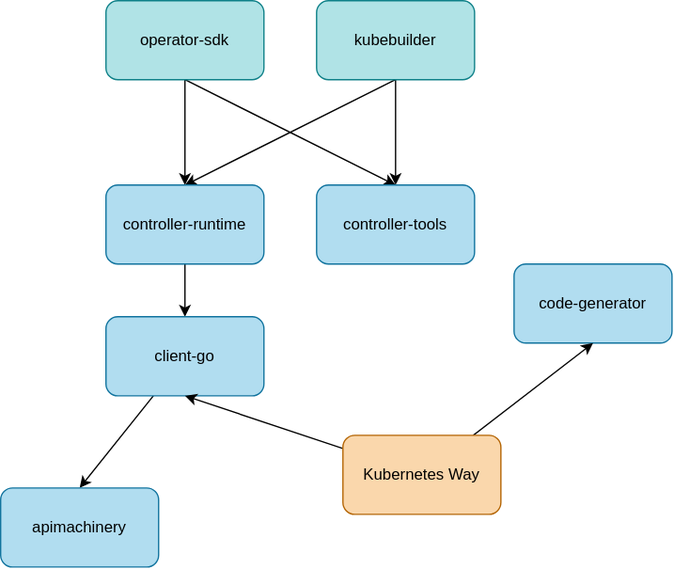
Before: contents/kubernetes-operator/development-flow.drawio.svg, a diagram exported from draw.io (nakamasato/kubernetes-training). Source tidied: cells renumbered, new cells last; positions are measured from the earlier drawing's top-left corner, leaving out a move shared by most shapes.
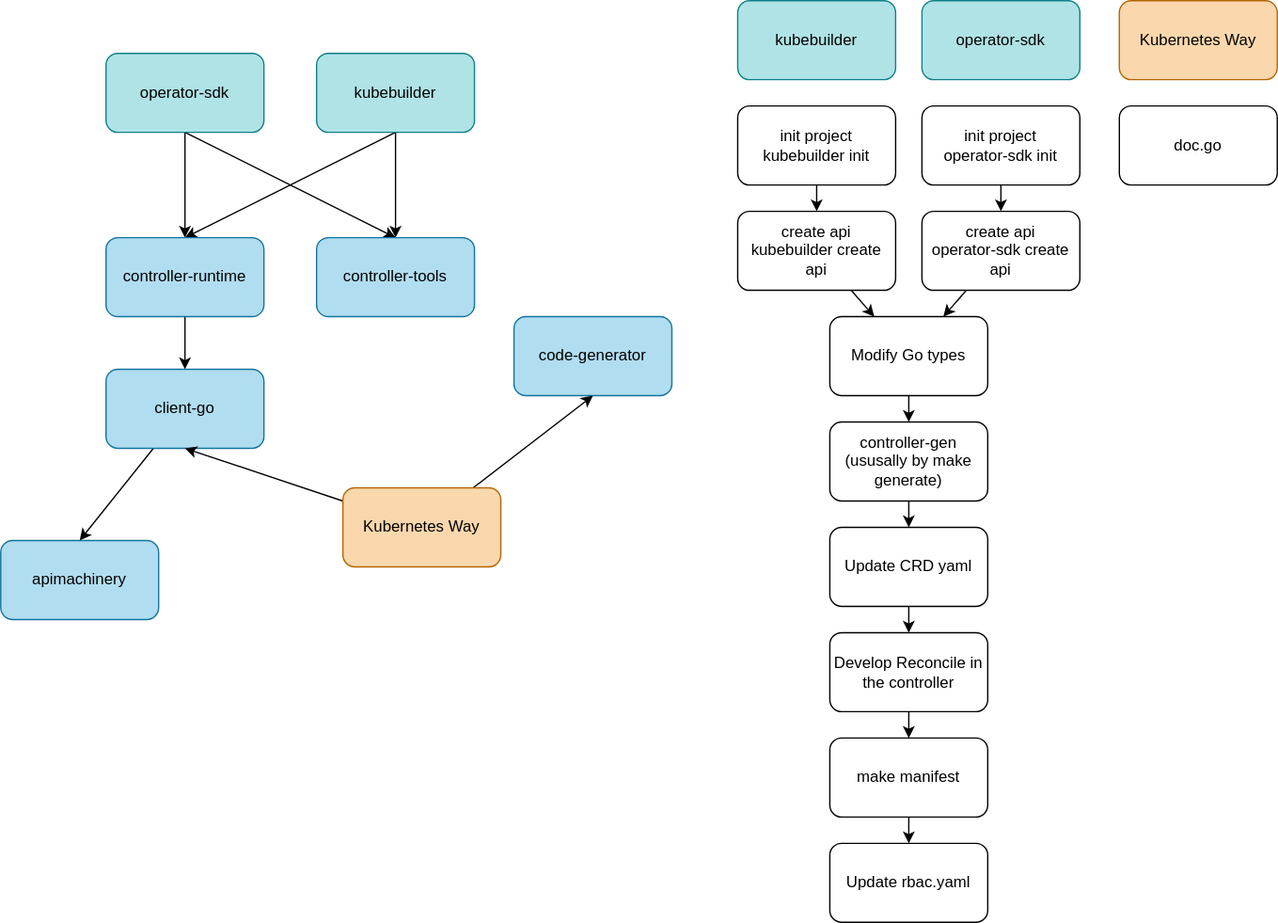
The same diagram one commit later.

Commit message:
update kubernetes-operator

Change to the diagram source:
```diff
@@ -50,5 +50,74 @@
     <mxCell id="17" value="apimachinery" style="rounded=1;whiteSpace=wrap;html=1;fillColor=#b1ddf0;strokeColor=#10739e;" parent="1" vertex="1">
       <mxGeometry y="370" width="120" height="60" as="geometry" />
     </mxCell>
+    <mxCell id="18" style="edgeStyle=none;html=1;" parent="1" edge="1" source="19" target="21">
+      <mxGeometry relative="1" as="geometry" />
+    </mxCell>
+    <mxCell id="19" value="init project&lt;br&gt;kubebuilder init&amp;nbsp;" style="rounded=1;whiteSpace=wrap;html=1;" parent="1" vertex="1">
+      <mxGeometry x="560" y="40" width="120" height="60" as="geometry" />
+    </mxCell>
+    <mxCell id="20" style="edgeStyle=none;html=1;" parent="1" edge="1" source="21" target="23">
+      <mxGeometry relative="1" as="geometry" />
+    </mxCell>
+    <mxCell id="21" value="create api&lt;br&gt;kubebuilder create api" style="rounded=1;whiteSpace=wrap;html=1;" parent="1" vertex="1">
+      <mxGeometry x="560" y="120" width="120" height="60" as="geometry" />
+    </mxCell>
+    <mxCell id="22" style="edgeStyle=none;html=1;" parent="1" edge="1" source="23" target="25">
+      <mxGeometry relative="1" as="geometry" />
+    </mxCell>
+    <mxCell id="23" value="Modify Go types" style="rounded=1;whiteSpace=wrap;html=1;" parent="1" vertex="1">
+      <mxGeometry x="630" y="200" width="120" height="60" as="geometry" />
+    </mxCell>
+    <mxCell id="24" style="edgeStyle=none;html=1;" parent="1" edge="1" source="25" target="27">
+      <mxGeometry relative="1" as="geometry" />
+    </mxCell>
+    <mxCell id="25" value="controller-gen&lt;br&gt;(ususally by make generate)" style="rounded=1;whiteSpace=wrap;html=1;" parent="1" vertex="1">
+      <mxGeometry x="630" y="280" width="120" height="60" as="geometry" />
+    </mxCell>
+    <mxCell id="26" style="edgeStyle=none;html=1;" parent="1" edge="1" source="27" target="29">
+      <mxGeometry relative="1" as="geometry" />
+    </mxCell>
+    <mxCell id="27" value="Update CRD yaml" style="rounded=1;whiteSpace=wrap;html=1;" parent="1" vertex="1">
+      <mxGeometry x="630" y="360" width="120" height="60" as="geometry" />
+    </mxCell>
+    <mxCell id="28" style="edgeStyle=none;html=1;" parent="1" edge="1" source="29" target="31">
+      <mxGeometry relative="1" as="geometry" />
+    </mxCell>
+    <mxCell id="29" value="Develop Reconcile in the controller" style="rounded=1;whiteSpace=wrap;html=1;" parent="1" vertex="1">
+      <mxGeometry x="630" y="440" width="120" height="60" as="geometry" />
+    </mxCell>
+    <mxCell id="30" style="edgeStyle=none;html=1;" parent="1" edge="1" source="31" target="32">
+      <mxGeometry relative="1" as="geometry" />
+    </mxCell>
+    <mxCell id="31" value="make manifest" style="rounded=1;whiteSpace=wrap;html=1;" parent="1" vertex="1">
+      <mxGeometry x="630" y="520" width="120" height="60" as="geometry" />
+    </mxCell>
+    <mxCell id="32" value="Update rbac.yaml" style="rounded=1;whiteSpace=wrap;html=1;" parent="1" vertex="1">
+      <mxGeometry x="630" y="600" width="120" height="60" as="geometry" />
+    </mxCell>
+    <mxCell id="33" value="kubebuilder" style="rounded=1;whiteSpace=wrap;html=1;fillColor=#b0e3e6;strokeColor=#0e8088;" parent="1" vertex="1">
+      <mxGeometry x="560" y="-40" width="120" height="60" as="geometry" />
+    </mxCell>
+    <mxCell id="34" value="operator-sdk" style="rounded=1;whiteSpace=wrap;html=1;fillColor=#b0e3e6;strokeColor=#0e8088;" parent="1" vertex="1">
+      <mxGeometry x="700" y="-40" width="120" height="60" as="geometry" />
+    </mxCell>
+    <mxCell id="35" style="edgeStyle=none;html=1;" parent="1" edge="1" source="36" target="38">
+      <mxGeometry relative="1" as="geometry" />
+    </mxCell>
+    <mxCell id="36" value="init project&lt;br&gt;operator-sdk init" style="rounded=1;whiteSpace=wrap;html=1;" parent="1" vertex="1">
+      <mxGeometry x="700" y="40" width="120" height="60" as="geometry" />
+    </mxCell>
+    <mxCell id="37" style="edgeStyle=none;html=1;" parent="1" edge="1" source="38" target="23">
+      <mxGeometry relative="1" as="geometry" />
+    </mxCell>
+    <mxCell id="38" value="create api&lt;br&gt;operator-sdk create api" style="rounded=1;whiteSpace=wrap;html=1;" parent="1" vertex="1">
+      <mxGeometry x="700" y="120" width="120" height="60" as="geometry" />
+    </mxCell>
+    <mxCell id="39" value="Kubernetes Way" style="rounded=1;whiteSpace=wrap;html=1;fillColor=#fad7ac;strokeColor=#b46504;" parent="1" vertex="1">
+      <mxGeometry x="850" y="-40" width="120" height="60" as="geometry" />
+    </mxCell>
+    <mxCell id="40" value="doc.go" style="rounded=1;whiteSpace=wrap;html=1;" parent="1" vertex="1">
+      <mxGeometry x="850" y="40" width="120" height="60" as="geometry" />
+    </mxCell>
   </root>
 </mxGraphModel>
```
